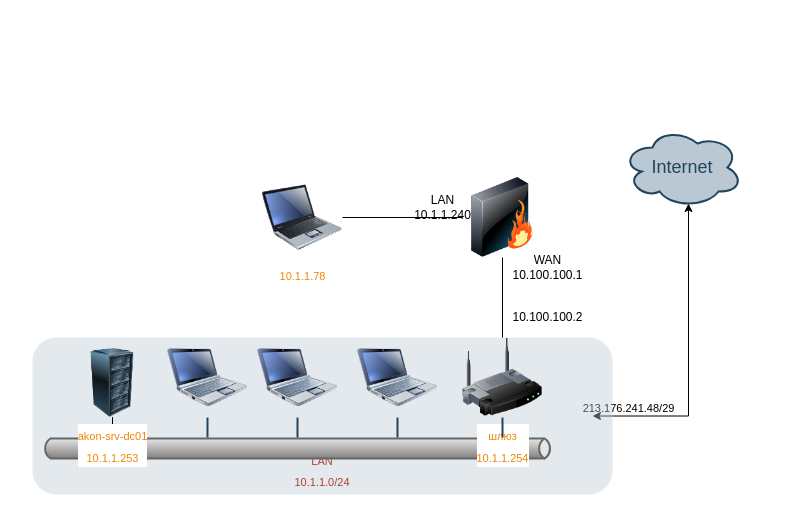
Earlier version of the draw.io diagram Untitled Diagram.drawio (iamcpa3y/repo_1). Source tidied: cells renumbered, new cells numbered last; positions are measured from the earlier drawing's top-left corner, leaving out a move shared by most shapes. Both pictures are drawn from the tidied source at 100%, with x=0, y=0 at pixel (32, 127).
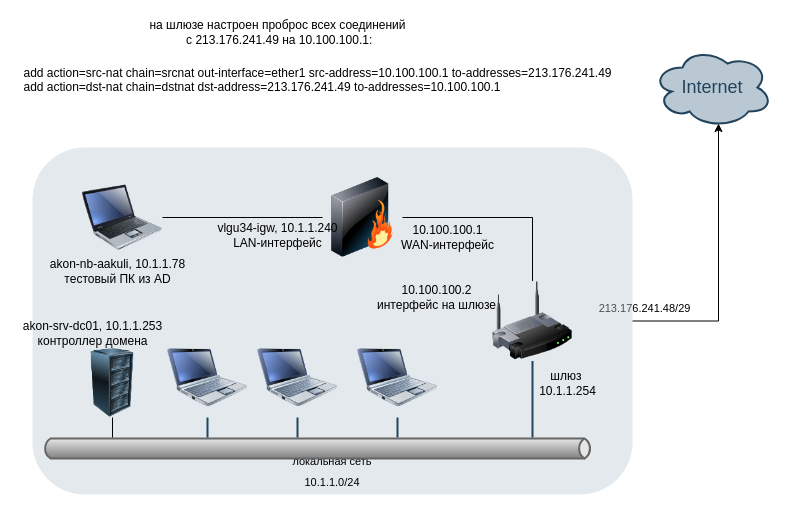
After the change.

Unchanged cells that the change refers to:
```xml
<mxCell id="2" style="edgeStyle=orthogonalEdgeStyle;rounded=0;jettySize=auto;html=1;entryX=0.55;entryY=0.95;entryDx=0;entryDy=0;entryPerimeter=0;" parent="1" edge="1" source="5" target="6">
  <mxGeometry relative="1" as="geometry" />
</mxCell>
```

The edit, as a diff of the source:
```diff
@@
     <mxCell id="3" value="213.176.241.48/29" style="edgeLabel;html=1;align=center;verticalAlign=middle;" parent="2" vertex="1">
       <mxGeometry x="-0.93" y="-2" relative="1" as="geometry">
-        <mxPoint x="5" y="-10" as="offset" />
+        <mxPoint x="1" y="-15" as="offset" />
       </mxGeometry>
     </mxCell>
-    <mxCell id="4" style="edgeStyle=orthogonalEdgeStyle;rounded=0;jettySize=auto;html=1;exitX=1;exitY=0.5;exitDx=0;exitDy=0;" parent="1" edge="1" source="5">
-      <mxGeometry relative="1" as="geometry">
-        <mxPoint x="560" y="288.1" as="targetPoint" />
-      </mxGeometry>
+    <mxCell id="4" style="edgeStyle=orthogonalEdgeStyle;rounded=0;orthogonalLoop=1;jettySize=auto;html=1;exitX=1;exitY=0.5;exitDx=0;exitDy=0;entryX=1;entryY=0.5;entryDx=0;entryDy=0;" parent="1" edge="1" source="5" target="5">
+      <mxGeometry relative="1" as="geometry" />
     </mxCell>
-    <mxCell id="5" value="&lt;font style=&quot;font-size: 11px&quot;&gt;&lt;br&gt;LAN &lt;br&gt;10.1.1.0/24&lt;/font&gt;" style="rounded=1;whiteSpace=wrap;html=1;shadow=0;strokeColor=none;fillColor=#BAC8D3;gradientColor=none;fontSize=18;fontColor=#AE4132;fontStyle=0;verticalAlign=bottom;opacity=40;strokeWidth=3;" parent="1" vertex="1">
-      <mxGeometry y="210" width="580" height="157" as="geometry" />
+    <mxCell id="5" value="&lt;font style=&quot;font-size: 11px&quot; color=&quot;#000000&quot;&gt;&lt;br&gt;локальная сеть&lt;br&gt;10.1.1.0/24&lt;/font&gt;" style="rounded=1;whiteSpace=wrap;html=1;shadow=0;strokeColor=none;fillColor=#BAC8D3;gradientColor=none;fontSize=18;fontColor=#AE4132;fontStyle=0;verticalAlign=bottom;opacity=40;strokeWidth=3;" parent="1" vertex="1">
+      <mxGeometry y="20" width="600" height="347" as="geometry" />
     </mxCell>
     <mxCell id="6" value="Internet" style="ellipse;shape=cloud;whiteSpace=wrap;html=1;shadow=0;strokeColor=#23445D;fillColor=#BAC8D3;gradientColor=none;fontSize=18;fontColor=#23445D;gradientDirection=north;fontStyle=0;strokeWidth=2;" parent="1" vertex="1">
-      <mxGeometry x="590" width="120" height="80" as="geometry" />
+      <mxGeometry x="620" y="-80" width="120" height="80" as="geometry" />
     </mxCell>
@@
     <mxCell id="10" style="strokeWidth=2;strokeColor=#666666;dashed=0;align=center;html=1;fontSize=8;shape=mxgraph.eip.messageChannel;shadow=0;fillColor=#FFFFFF;gradientColor=none;fontColor=#F08705;fontStyle=0;" parent="1" vertex="1">
-      <mxGeometry x="10" y="310" width="510" height="22" as="geometry" />
+      <mxGeometry x="10" y="310" width="550" height="22" as="geometry" />
     </mxCell>
-    <mxCell id="11" value="&lt;font style=&quot;font-size: 11px&quot;&gt;шлюз&lt;br&gt;10.1.1.254&lt;/font&gt;" style="image;html=1;image=img/lib/clip_art/networking/Wireless_Router_128x128.png;shadow=0;strokeColor=#000000;fillColor=#FFFFFF;gradientColor=none;fontSize=18;fontColor=#F08705;fontStyle=0;" parent="1" vertex="1">
-      <mxGeometry x="430" y="210" width="80" height="80" as="geometry" />
+    <mxCell id="11" style="image;html=1;image=img/lib/clip_art/networking/Wireless_Router_128x128.png;shadow=0;strokeColor=#000000;fillColor=#FFFFFF;gradientColor=none;fontSize=18;fontColor=#F08705;fontStyle=0;" parent="1" vertex="1">
+      <mxGeometry x="460" y="153.5" width="80" height="80" as="geometry" />
     </mxCell>
     <mxCell id="12" style="edgeStyle=orthogonalEdgeStyle;rounded=0;jettySize=auto;html=1;endArrow=none;endFill=0;" parent="1" edge="1" source="13" target="11">
-      <mxGeometry relative="1" as="geometry" />
+      <mxGeometry relative="1" as="geometry">
+        <Array as="points">
+          <mxPoint x="500" y="90" />
+        </Array>
+      </mxGeometry>
     </mxCell>
     <mxCell id="13" style="image;html=1;image=img/lib/clip_art/networking/Firewall_128x128.png;shadow=0;strokeColor=#000000;fillColor=#FFFFFF;gradientColor=none;fontSize=18;fontColor=#F08705;fontStyle=0;" parent="1" vertex="1">
-      <mxGeometry x="430" y="50" width="80" height="80" as="geometry" />
+      <mxGeometry x="290" y="50" width="80" height="80" as="geometry" />
     </mxCell>
@@
-    <mxCell id="15" value="&lt;font style=&quot;font-size: 11px&quot;&gt;10.1.1.78&lt;/font&gt;" style="image;html=1;image=img/lib/clip_art/computers/Laptop_128x128.png;shadow=0;strokeColor=#000000;fillColor=#FFFFFF;gradientColor=none;fontSize=18;fontColor=#F08705;fontStyle=0;" parent="1" vertex="1">
-      <mxGeometry x="230" y="50" width="80" height="80" as="geometry" />
+    <mxCell id="15" style="image;html=1;image=img/lib/clip_art/computers/Laptop_128x128.png;shadow=0;strokeColor=#000000;fillColor=#FFFFFF;gradientColor=none;fontSize=18;fontColor=#F08705;fontStyle=0;" parent="1" vertex="1">
+      <mxGeometry x="50" y="50" width="80" height="80" as="geometry" />
     </mxCell>
@@
-    <mxCell id="21" value="&lt;font style=&quot;font-size: 11px&quot;&gt;akon-srv-dc01&lt;br&gt;10.1.1.253&lt;/font&gt;" style="image;html=1;image=img/lib/clip_art/computers/Server_Rack_128x128.png;shadow=0;strokeColor=#000000;fillColor=#FFFFFF;gradientColor=none;fontSize=18;fontColor=#F08705;fontStyle=0;" parent="1" vertex="1">
+    <mxCell id="21" style="image;html=1;image=img/lib/clip_art/computers/Server_Rack_128x128.png;shadow=0;strokeColor=#000000;fillColor=#FFFFFF;gradientColor=none;fontSize=18;fontColor=#F08705;fontStyle=0;" parent="1" vertex="1">
       <mxGeometry x="40" y="221" width="80" height="69" as="geometry" />
     </mxCell>
-    <mxCell id="22" value="LAN &lt;br&gt;10.1.1.240" style="text;html=1;align=center;verticalAlign=middle;strokeColor=none;" parent="1" vertex="1">
-      <mxGeometry x="375" y="65" width="70" height="30" as="geometry" />
+    <mxCell id="22" value="vlgu34-igw,&amp;nbsp;10.1.1.240&lt;br&gt;LAN-интерфейс" style="text;html=1;align=center;verticalAlign=middle;strokeColor=none;" parent="1" vertex="1">
+      <mxGeometry x="175" y="93" width="140" height="30" as="geometry" />
     </mxCell>
-    <mxCell id="23" value="WAN &lt;br&gt;10.100.100.1" style="text;html=1;align=center;verticalAlign=middle;strokeColor=none;" parent="1" vertex="1">
-      <mxGeometry x="470" y="125" width="90" height="30" as="geometry" />
+    <mxCell id="23" value="10.100.100.1&lt;br&gt;WAN-интерфейс" style="text;html=1;align=center;verticalAlign=middle;strokeColor=none;" parent="1" vertex="1">
+      <mxGeometry x="360" y="95" width="110" height="30" as="geometry" />
     </mxCell>
-    <mxCell id="24" value="10.100.100.2" style="text;html=1;align=center;verticalAlign=middle;strokeColor=none;" parent="1" vertex="1">
-      <mxGeometry x="470" y="180" width="90" height="20" as="geometry" />
+    <mxCell id="24" value="10.100.100.2&lt;br&gt;интерфейс на шлюзе" style="text;html=1;align=center;verticalAlign=middle;strokeColor=none;" parent="1" vertex="1">
+      <mxGeometry x="339" y="155" width="130" height="30" as="geometry" />
     </mxCell>
+    <mxCell id="25" value="шлюз&amp;nbsp;&lt;br&gt;10.1.1.254" style="text;html=1;align=center;verticalAlign=middle;strokeColor=none;" parent="1" vertex="1">
+      <mxGeometry x="500" y="240.5" width="70" height="30" as="geometry" />
+    </mxCell>
+    <mxCell id="26" value="akon-srv-dc01,&amp;nbsp;10.1.1.253&lt;br&gt;контроллер домена" style="text;html=1;align=center;verticalAlign=middle;strokeColor=none;" parent="1" vertex="1">
+      <mxGeometry x="-15" y="191" width="150" height="30" as="geometry" />
+    </mxCell>
+    <mxCell id="27" value="akon-nb-aakuli, 10.1.1.78&lt;br&gt;тестовый ПК из AD" style="text;html=1;align=center;verticalAlign=middle;strokeColor=none;" parent="1" vertex="1">
+      <mxGeometry x="10" y="128.5" width="150" height="30" as="geometry" />
+    </mxCell>
+    <mxCell id="28" value="на шлюзе настроен проброс всех соединений&lt;br&gt;&amp;nbsp;с 213.176.241.49 на 10.100.100.1:" style="text;html=1;align=center;verticalAlign=middle;strokeColor=none;" parent="1" vertex="1">
+      <mxGeometry x="110" y="-110" width="270" height="30" as="geometry" />
+    </mxCell>
+    <mxCell id="29" value="&lt;div&gt;add action=src-nat chain=srcnat out-interface=ether1 src-address=10.100.100.1 to-addresses=213.176.241.49&lt;/div&gt;&lt;div style=&quot;text-align: left&quot;&gt;add action=dst-nat chain=dstnat dst-address=213.176.241.49 to-addresses=10.100.100.1&lt;/div&gt;&lt;div&gt;&lt;br&gt;&lt;/div&gt;" style="text;html=1;align=center;verticalAlign=middle;strokeColor=none;" parent="1" vertex="1">
+      <mxGeometry x="-15" y="-65" width="600" height="50" as="geometry" />
+    </mxCell>
```
